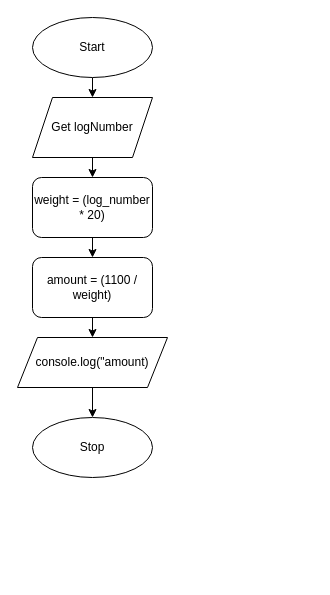
Earlier version of the draw.io diagram Drawio/Flowchart.drawio (JacksonNaufal/ics4u-unit1-01-typescript). Source tidied: cells renumbered, new cells numbered last; positions are measured from the earlier drawing's top-left corner, leaving out a move shared by most shapes. Both pictures are drawn from the tidied source at 100%, with x=0, y=0 at pixel (17, 17).
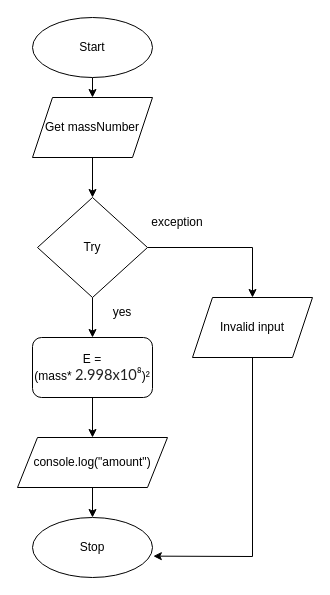
Above is the later version.

Diff of the diagram source:
```diff
@@
     <mxCell id="4" value="Stop" style="ellipse;whiteSpace=wrap;html=1;" parent="1" vertex="1">
-      <mxGeometry x="15" y="400" width="120" height="60" as="geometry" />
+      <mxGeometry x="15" y="500" width="120" height="60" as="geometry" />
     </mxCell>
-    <mxCell id="5" style="edgeStyle=none;html=1;" parent="1" edge="1" source="6" target="8">
-      <mxGeometry relative="1" as="geometry" />
-    </mxCell>
+    <mxCell id="13" style="edgeStyle=none;rounded=0;html=1;" parent="1" edge="1" source="6" target="16">
+      <mxGeometry relative="1" as="geometry" />
+    </mxCell>
-    <mxCell id="6" value="Get logNumber" style="shape=parallelogram;perimeter=parallelogramPerimeter;whiteSpace=wrap;html=1;fixedSize=1;" parent="1" vertex="1">
+    <mxCell id="6" value="Get massNumber" style="shape=parallelogram;perimeter=parallelogramPerimeter;whiteSpace=wrap;html=1;fixedSize=1;" parent="1" vertex="1">
       <mxGeometry x="15" y="80" width="120" height="60" as="geometry" />
     </mxCell>
-    <mxCell id="7" style="edgeStyle=none;html=1;" parent="1" edge="1" source="8" target="10">
-      <mxGeometry relative="1" as="geometry" />
-    </mxCell>
-    <mxCell id="8" value="weight = (log_number * 20)" style="rounded=1;whiteSpace=wrap;html=1;" parent="1" vertex="1">
-      <mxGeometry x="15" y="160" width="120" height="60" as="geometry" />
-    </mxCell>
-    <mxCell id="9" style="edgeStyle=none;html=1;" parent="1" edge="1" source="10" target="12">
-      <mxGeometry relative="1" as="geometry" />
-    </mxCell>
-    <mxCell id="10" value="amount = (1100 / weight)" style="rounded=1;whiteSpace=wrap;html=1;" parent="1" vertex="1">
-      <mxGeometry x="15" y="240" width="120" height="60" as="geometry" />
-    </mxCell>
@@
-    <mxCell id="12" value="console.log(&quot;amount)" style="shape=parallelogram;perimeter=parallelogramPerimeter;whiteSpace=wrap;html=1;fixedSize=1;" parent="1" vertex="1">
-      <mxGeometry y="320" width="150" height="50" as="geometry" />
+    <mxCell id="12" value="console.log(&quot;amount&quot;)" style="shape=parallelogram;perimeter=parallelogramPerimeter;whiteSpace=wrap;html=1;fixedSize=1;" parent="1" vertex="1">
+      <mxGeometry y="420" width="150" height="50" as="geometry" />
     </mxCell>
+    <mxCell id="14" style="edgeStyle=none;html=1;entryX=0.5;entryY=0;entryDx=0;entryDy=0;rounded=0;" parent="1" edge="1" source="16" target="18">
+      <mxGeometry relative="1" as="geometry">
+        <Array as="points">
+          <mxPoint x="235" y="230" />
+        </Array>
+      </mxGeometry>
+    </mxCell>
+    <mxCell id="15" style="edgeStyle=none;rounded=0;html=1;" parent="1" edge="1" source="16" target="21">
+      <mxGeometry relative="1" as="geometry" />
+    </mxCell>
+    <mxCell id="16" value="Try" style="rhombus;whiteSpace=wrap;html=1;" parent="1" vertex="1">
+      <mxGeometry x="20" y="180" width="110" height="100" as="geometry" />
+    </mxCell>
+    <mxCell id="17" style="edgeStyle=none;rounded=0;html=1;entryX=1.007;entryY=0.644;entryDx=0;entryDy=0;entryPerimeter=0;" parent="1" edge="1" source="18" target="4">
+      <mxGeometry relative="1" as="geometry">
+        <Array as="points">
+          <mxPoint x="235" y="539" />
+        </Array>
+      </mxGeometry>
+    </mxCell>
+    <mxCell id="18" value="Invalid input" style="shape=parallelogram;perimeter=parallelogramPerimeter;whiteSpace=wrap;html=1;fixedSize=1;" parent="1" vertex="1">
+      <mxGeometry x="175" y="280" width="120" height="60" as="geometry" />
+    </mxCell>
+    <mxCell id="19" value="exception" style="text;html=1;strokeColor=none;fillColor=none;align=center;verticalAlign=middle;whiteSpace=wrap;rounded=0;" parent="1" vertex="1">
+      <mxGeometry x="130" y="190" width="60" height="30" as="geometry" />
+    </mxCell>
+    <mxCell id="20" style="edgeStyle=none;rounded=0;html=1;" parent="1" edge="1" source="21" target="12">
+      <mxGeometry relative="1" as="geometry" />
+    </mxCell>
+    <mxCell id="21" value="E = (mass*&amp;nbsp;&lt;span style=&quot;color: rgb(33 , 33 , 33) ; font-family: &amp;#34;lato&amp;#34; , sans-serif ; font-size: 14.6667px ; text-align: left&quot;&gt;2.998x10⁸&lt;/span&gt;)²" style="rounded=1;whiteSpace=wrap;html=1;" parent="1" vertex="1">
+      <mxGeometry x="15" y="320" width="120" height="60" as="geometry" />
+    </mxCell>
+    <mxCell id="22" value="yes" style="text;html=1;strokeColor=none;fillColor=none;align=center;verticalAlign=middle;whiteSpace=wrap;rounded=0;" parent="1" vertex="1">
+      <mxGeometry x="75" y="280" width="60" height="30" as="geometry" />
+    </mxCell>
```
